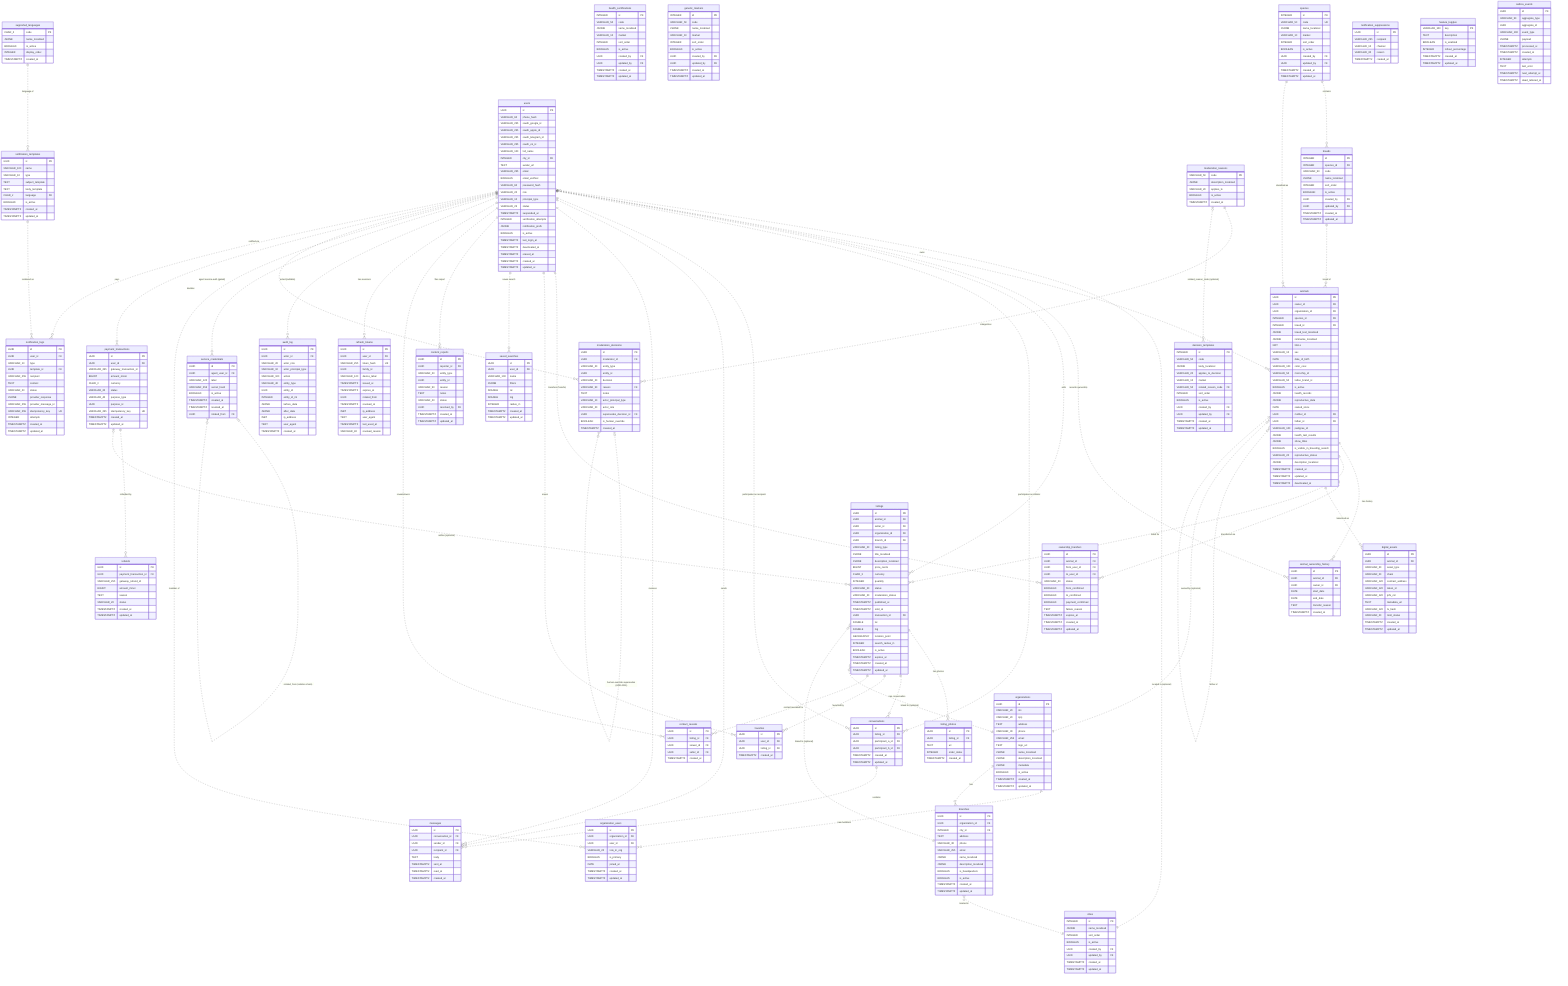
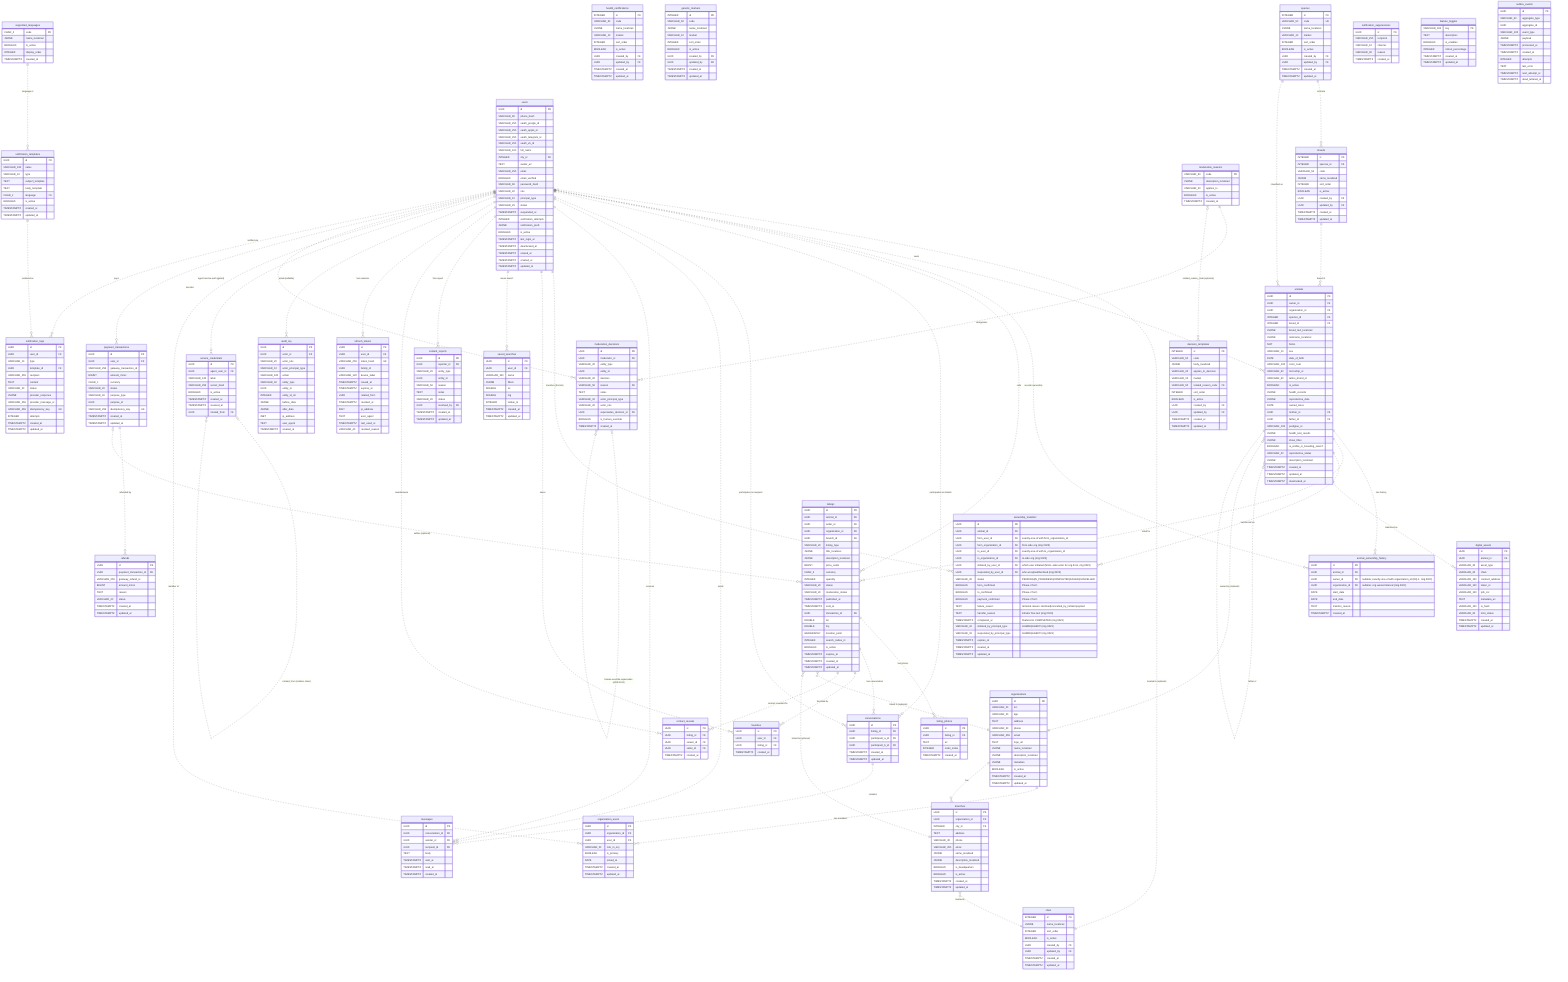
erDiagram
    %% Reference Data Tables
    species {
        INTEGER id PK
        VARCHAR_50 code UK
        JSONB name_localized
        VARCHAR_10 market
        INTEGER sort_order
        BOOLEAN is_active
        UUID created_by FK
        UUID updated_by FK
        TIMESTAMPTZ created_at
        TIMESTAMPTZ updated_at
    }
    breeds {
        INTEGER id PK
        INTEGER species_id FK
        VARCHAR_50 code
        JSONB name_localized
        INTEGER sort_order
        BOOLEAN is_active
        UUID created_by FK
        UUID updated_by FK
        TIMESTAMPTZ created_at
        TIMESTAMPTZ updated_at
        %% UK (species_id, code)
    }
    cities {
        INTEGER id PK
        JSONB name_localized
        INTEGER sort_order
        BOOLEAN is_active
        UUID created_by FK
        UUID updated_by FK
        TIMESTAMPTZ created_at
        TIMESTAMPTZ updated_at
    }
    health_certifications {
        INTEGER id PK
        VARCHAR_50 code
        JSONB name_localized
        VARCHAR_10 market
        INTEGER sort_order
        BOOLEAN is_active
        UUID created_by FK
        UUID updated_by FK
        TIMESTAMPTZ created_at
        TIMESTAMPTZ updated_at
        %% UK (market, code)
    }
    genetic_markers {
        INTEGER id PK
        VARCHAR_50 code
        JSONB name_localized
        VARCHAR_10 market
        INTEGER sort_order
        BOOLEAN is_active
        UUID created_by FK
        UUID updated_by FK
        TIMESTAMPTZ created_at
        TIMESTAMPTZ updated_at
        %% UK (market, code)
    }
    supported_languages {
        CHAR_2 code PK
        JSONB name_localized
        BOOLEAN is_active
        INTEGER display_order
        TIMESTAMPTZ created_at
    }

    %% Identity Domain
    users {
        UUID id PK
        VARCHAR_60 phone_hash
        VARCHAR_255 oauth_google_id
        VARCHAR_255 oauth_apple_id
        VARCHAR_255 oauth_telegram_id
        VARCHAR_255 oauth_vk_id
        VARCHAR_100 full_name
        INTEGER city_id FK
        TEXT avatar_url
        VARCHAR_255 email
        BOOLEAN email_verified
        VARCHAR_60 password_hash
        VARCHAR_20 role
        VARCHAR_10 principal_type
        VARCHAR_25 status
        TIMESTAMPTZ suspended_at
        INTEGER verification_attempts
        JSONB notification_prefs
        BOOLEAN is_active
        TIMESTAMPTZ last_login_at
        TIMESTAMPTZ deactivated_at
        TIMESTAMPTZ erased_at
        TIMESTAMPTZ created_at
        TIMESTAMPTZ updated_at
    }

    %% Animal Domain
    animals {
        UUID id PK
        UUID owner_id FK
        UUID organization_id FK
        INTEGER species_id FK
        INTEGER breed_id FK
        JSONB breed_text_localized
        JSONB nickname_localized NOT NULL
        VARCHAR_10 sex
        DATE date_of_birth
        VARCHAR_100 color_coat
        VARCHAR_50 microchip_id
        VARCHAR_50 tattoo_brand_id
        BOOLEAN is_active
        JSONB health_records
        JSONB reproductive_data
        DATE owned_since
        UUID mother_id FK
        UUID father_id FK
        VARCHAR_100 pedigree_id
        JSONB health_test_results
        JSONB show_titles
        BOOLEAN is_visible_in_breeding_search
        VARCHAR_20 reproductive_status
        JSONB description_localized
        TIMESTAMPTZ created_at
        TIMESTAMPTZ updated_at
        TIMESTAMPTZ deactivated_at
    }
    animal_ownership_history {
        UUID id PK
        UUID animal_id FK
-         UUID owner_id FK
+         UUID owner_id FK "nullable; exactly-one-of with organization_id (OQ-1, mig 0023)"
+         UUID organization_id FK "nullable; org-owned interval (mig 0023)"
        DATE start_date
        DATE end_date
        TEXT transfer_reason
        TIMESTAMPTZ created_at
    }
+     %% ownership_transfers: ADR-0013 MVP shape (migration 0023 landed).
    ownership_transfers {
        UUID id PK
        UUID animal_id FK
-         UUID from_user_id FK
-         UUID to_user_id FK
-         VARCHAR_20 status
-         BOOLEAN from_confirmed
-         BOOLEAN to_confirmed
-         BOOLEAN payment_confirmed
-         TEXT failure_reason
+         UUID from_user_id FK "exactly-one-of with from_organization_id"
+         UUID from_organization_id FK "from-side org (mig 0023)"
+         UUID to_user_id FK "exactly-one-of with to_organization_id"
+         UUID to_organization_id FK "to-side org (mig 0023)"
+         UUID initiated_by_user_id FK "which user initiated (NULL-safe actor for org-from, mig 0023)"
+         UUID responded_by_user_id FK "who accepted/declined (mig 0023)"
+         VARCHAR_20 status "PENDING|IN_PROGRESS|COMPLETED|FAILED|CANCELLED"
+         BOOLEAN from_confirmed "Phase-2 form"
+         BOOLEAN to_confirmed "Phase-2 form"
+         BOOLEAN payment_confirmed "Phase-2 form"
+         TEXT failure_reason "terminal reason: declined|cancelled_by_initiator|expired"
+         TEXT transfer_reason "initiator free text (mig 0023)"
+         TIMESTAMPTZ completed_at "finalized to COMPLETED (mig 0023)"
+         VARCHAR_10 initiated_by_principal_type "HUMAN|AGENT (mig 0023)"
+         VARCHAR_10 responded_by_principal_type "HUMAN|AGENT (mig 0023)"
        TIMESTAMPTZ expires_at
        TIMESTAMPTZ created_at
        TIMESTAMPTZ updated_at
    }
    digital_assets {
        UUID id PK
        UUID animal_id FK
        VARCHAR_30 asset_type
        VARCHAR_20 chain
        VARCHAR_120 contract_address
        VARCHAR_120 token_id
        VARCHAR_120 ipfs_cid
        TEXT metadata_uri
        VARCHAR_120 tx_hash
        VARCHAR_20 mint_status
        TIMESTAMPTZ created_at
        TIMESTAMPTZ updated_at
        %% ADR-0010: NFT readiness hook; gated by feature_toggles
    }

    %% Organization Domain
    organizations {
        UUID id PK
        VARCHAR_20 inn
        VARCHAR_20 kpp
        TEXT address
        VARCHAR_30 phone
        VARCHAR_255 email
        TEXT logo_url
        JSONB name_localized
        JSONB description_localized
        JSONB metadata
        BOOLEAN is_active
        TIMESTAMPTZ created_at
        TIMESTAMPTZ updated_at
    }
    branches {
        UUID id PK
        UUID organization_id FK
        INTEGER city_id FK
        TEXT address
        VARCHAR_30 phone
        VARCHAR_255 email
        JSONB name_localized
        JSONB description_localized
        BOOLEAN is_headquarters
        BOOLEAN is_active
        TIMESTAMPTZ created_at
        TIMESTAMPTZ updated_at
    }
    organization_users {
        UUID id PK
        UUID organization_id FK
        UUID user_id FK
        VARCHAR_20 role_in_org
        BOOLEAN is_primary
        DATE joined_at
        TIMESTAMPTZ created_at
        TIMESTAMPTZ updated_at
        %% UK (organization_id, user_id)
    }

    %% Marketplace/Listings Domain
    listings {
        UUID id PK
        UUID animal_id FK
        UUID seller_id FK
        UUID organization_id FK
        UUID branch_id FK
        VARCHAR_20 listing_type
        JSONB title_localized
        JSONB description_localized
        BIGINT price_cents
        CHAR_3 currency
        INTEGER quantity
        VARCHAR_20 status
        VARCHAR_20 moderation_status
        TIMESTAMPTZ published_at
        TIMESTAMPTZ sold_at
        UUID transaction_id FK
        DOUBLE lat
        DOUBLE lng
        GEOGRAPHY location_point
        INTEGER search_radius_m
        BOOLEAN is_active
        TIMESTAMPTZ expires_at
        TIMESTAMPTZ created_at
        TIMESTAMPTZ updated_at
        %% UK (animal_id, listing_type) WHERE status='ACTIVE'
    }
    listing_photos {
        UUID id PK
        UUID listing_id FK
        TEXT url
        INTEGER order_index
        TIMESTAMPTZ created_at
    }
    conversations {
        UUID id PK
        UUID listing_id FK
        UUID participant_a_id FK
        UUID participant_b_id FK
        TIMESTAMPTZ created_at
        TIMESTAMPTZ updated_at
    }
    messages {
        UUID id PK
        UUID conversation_id FK
        UUID sender_id FK
        UUID recipient_id FK
        TEXT body
        TIMESTAMPTZ sent_at
        TIMESTAMPTZ read_at
        TIMESTAMPTZ created_at
    }

    %% Moderation Domain
    moderation_reasons {
        VARCHAR_50 code PK
        JSONB description_localized
        VARCHAR_20 applies_to
        BOOLEAN is_active
        TIMESTAMPTZ created_at
    }
    moderation_decisions {
        UUID id PK
        UUID moderator_id FK
        VARCHAR_20 entity_type
        UUID entity_id
        VARCHAR_20 decision
        VARCHAR_50 reason FK
        TEXT notes
        VARCHAR_10 actor_principal_type
        VARCHAR_20 actor_role
        UUID supersedes_decision_id FK
        BOOLEAN is_human_override
        TIMESTAMPTZ created_at
        %% append-only (immutable); ADR-0011 actor-snapshot + human-override chain (supersedes_decision_id self-ref)
    }
    decision_templates {
        INTEGER id PK
        VARCHAR_50 code
        JSONB body_localized
        VARCHAR_20 applies_to_decision
        VARCHAR_10 market
        VARCHAR_50 related_reason_code FK
        INTEGER sort_order
        BOOLEAN is_active
        UUID created_by FK
        UUID updated_by FK
        TIMESTAMPTZ created_at
        TIMESTAMPTZ updated_at
        %% B10 Admin-extensible canned-note dictionary (spec 12); UK (market, code)
    }

    %% Payment Domain
    payment_transactions {
        UUID id PK
        UUID user_id FK
        VARCHAR_255 gateway_transaction_id
        BIGINT amount_minor
        CHAR_3 currency
        VARCHAR_20 status
        VARCHAR_40 purpose_type
        UUID purpose_id
        VARCHAR_255 idempotency_key UK
        TIMESTAMPTZ created_at
        TIMESTAMPTZ updated_at
    }
    refunds {
        UUID id PK
        UUID payment_transaction_id FK
        VARCHAR_255 gateway_refund_id
        BIGINT amount_minor
        TEXT reason
        VARCHAR_20 status
        TIMESTAMPTZ created_at
        TIMESTAMPTZ updated_at
    }

    %% Notification Domain
    notification_templates {
        UUID id PK
        VARCHAR_100 name
        VARCHAR_10 type
        TEXT subject_template
        TEXT body_template
        CHAR_2 language FK
        BOOLEAN is_active
        TIMESTAMPTZ created_at
        TIMESTAMPTZ updated_at
        %% UK (name, type, language)
    }
    notification_logs {
        UUID id PK
        UUID user_id FK
        VARCHAR_10 type
        UUID template_id FK
        VARCHAR_255 recipient
        TEXT content
        VARCHAR_20 status
        JSONB provider_response
        VARCHAR_255 provider_message_id
        VARCHAR_255 idempotency_key UK
        INTEGER attempts
        TIMESTAMPTZ created_at
        TIMESTAMPTZ updated_at
    }
    notification_suppressions {
        UUID id PK
        VARCHAR_255 recipient
        VARCHAR_10 channel
        VARCHAR_30 reason
        TIMESTAMPTZ created_at
        %% (recipient, channel) UNIQUE — hard-bounce / unsubscribe
    }

    %% Favorites & Saved Searches (MVP)
    favorites {
        UUID id PK
        UUID user_id FK
        UUID listing_id FK
        TIMESTAMPTZ created_at
        %% UK (user_id, listing_id)
    }
    saved_searches {
        UUID id PK
        UUID user_id FK
        VARCHAR_100 name
        JSONB filters
        DOUBLE lat
        DOUBLE lng
        INTEGER radius_m
        TIMESTAMPTZ created_at
        TIMESTAMPTZ updated_at
    }
    content_reports {
        UUID id PK
        UUID reporter_id FK
        VARCHAR_20 entity_type
        UUID entity_id
        VARCHAR_50 reason
        TEXT notes
        VARCHAR_20 status
        UUID resolved_by FK
        TIMESTAMPTZ created_at
        TIMESTAMPTZ updated_at
    }
    contact_reveals {
        UUID id PK
        UUID listing_id FK
        UUID viewer_id FK
        UUID seller_id FK
        TIMESTAMPTZ created_at
        %% ADR-0005: MVP "contact the seller" (no chat); audit + rate-limit source
    }

    %% Identity sessions & audit (round-4 integrity)
    refresh_tokens {
        UUID id PK
        UUID user_id FK
        VARCHAR_255 token_hash UK
        UUID family_id
        VARCHAR_120 device_label
        TIMESTAMPTZ issued_at
        TIMESTAMPTZ expires_at
        UUID rotated_from
        TIMESTAMPTZ revoked_at
        INET ip_address
        TEXT user_agent
        TIMESTAMPTZ last_used_at
        VARCHAR_40 revoked_reason
    }
    audit_log {
        UUID id PK
        UUID actor_id FK
        VARCHAR_20 actor_role
        VARCHAR_10 actor_principal_type
        VARCHAR_100 action
        VARCHAR_40 entity_type
        UUID entity_id
        INTEGER entity_id_int
        JSONB before_data
        JSONB after_data
        INET ip_address
        TEXT user_agent
        TIMESTAMPTZ created_at
        %% append-only
    }
    service_credentials {
        UUID id PK
        UUID agent_user_id FK
        VARCHAR_120 label
        VARCHAR_255 secret_hash
        BOOLEAN is_active
        TIMESTAMPTZ created_at
        TIMESTAMPTZ revoked_at
        UUID rotated_from FK
        %% ADR-0011 §5.3 agent service-auth FORM ONLY (gated)
    }

    %% Extensibility / System Tables
    feature_toggles {
        VARCHAR_100 key PK
        TEXT description
        BOOLEAN is_enabled
        INTEGER rollout_percentage
        TIMESTAMPTZ created_at
        TIMESTAMPTZ updated_at
    }
    outbox_events {
        UUID id PK
        VARCHAR_50 aggregate_type
        UUID aggregate_id
        VARCHAR_100 event_type
        JSONB payload
        TIMESTAMPTZ processed_at
        TIMESTAMPTZ created_at
        INTEGER attempts
        TEXT last_error
        TIMESTAMPTZ next_attempt_at
        TIMESTAMPTZ dead_lettered_at
    }

    %% Relationships
    species ||..o{ breeds : "contains"
    species ||..o{ animals : "classified as"
    breeds ||..o{ animals : "breed of"
    users }o..|| cities : "located in (optional)"
    users ||..o{ animals : "owns"
    users ||..o{ animal_ownership_history : "records ownership"
    users ||..o{ listings : "sells"
    users ||..o{ conversations : "participates as initiator"
    users ||..o{ conversations : "participates as recipient"
    users ||..o{ messages : "sends"
    users ||..o{ messages : "receives"
    animals ||..o{ animal_ownership_history : "has history"
    animals ||..o{ listings : "listed for"
    animals ||..o{ ownership_transfers : "transferred via"
    users ||..o{ ownership_transfers : "transfers (from/to)"
    animals ||..o{ digital_assets : "tokenized as"
    animals }o..|| animals : "mother of"
    animals }o..|| animals : "father of"
    listings ||..o{ listing_photos : "has photos"
    listings ||..o{ conversations : "has conversation"
    conversations ||..o{ messages : "contains"
    users ||..o{ favorites : "saves"
    listings ||..o{ favorites : "favorited by"
    users ||..o{ saved_searches : "saves search"
    users ||..o{ content_reports : "files report"
    users ||..o{ contact_reveals : "reveals/owns"
    listings ||..o{ contact_reveals : "contact revealed for"
    users ||..o{ refresh_tokens : "has sessions"
    users ||..o{ audit_log : "acted (nullable)"
    users ||..o{ service_credentials : "agent service-auth (gated)"
    service_credentials |o..o{ service_credentials : "rotated_from (rotation chain)"

    %% Organization Domain Relationships (junction = M:N resolved)
    organizations ||..o{ organization_users : "has members"
    users ||..o{ organization_users : "member of"
    organizations ||..o{ branches : "has"
    branches }o..|| cities : "located in"
    listings }o..|| organizations : "linked to (optional)"
    listings }o..|| branches : "linked to (optional)"
    animals }o..|| organizations : "owned by (optional)"

    %% Moderation / Payment / Notification Relationships
    users ||..o{ moderation_decisions : "decides"
    moderation_reasons ||..o{ moderation_decisions : "categorizes"
    moderation_decisions |o..o{ moderation_decisions : "human-override supersedes (ADR-0011)"
    moderation_reasons |o..o{ decision_templates : "related_reason_code (optional)"
    users ||..o{ payment_transactions : "pays"
    payment_transactions ||..o{ refunds : "refunded by"
    payment_transactions |o..o{ listings : "settles (optional)"
    supported_languages ||..o{ notification_templates : "language of"
    notification_templates ||..o{ notification_logs : "rendered as"
    users ||..o{ notification_logs : "notified via"
